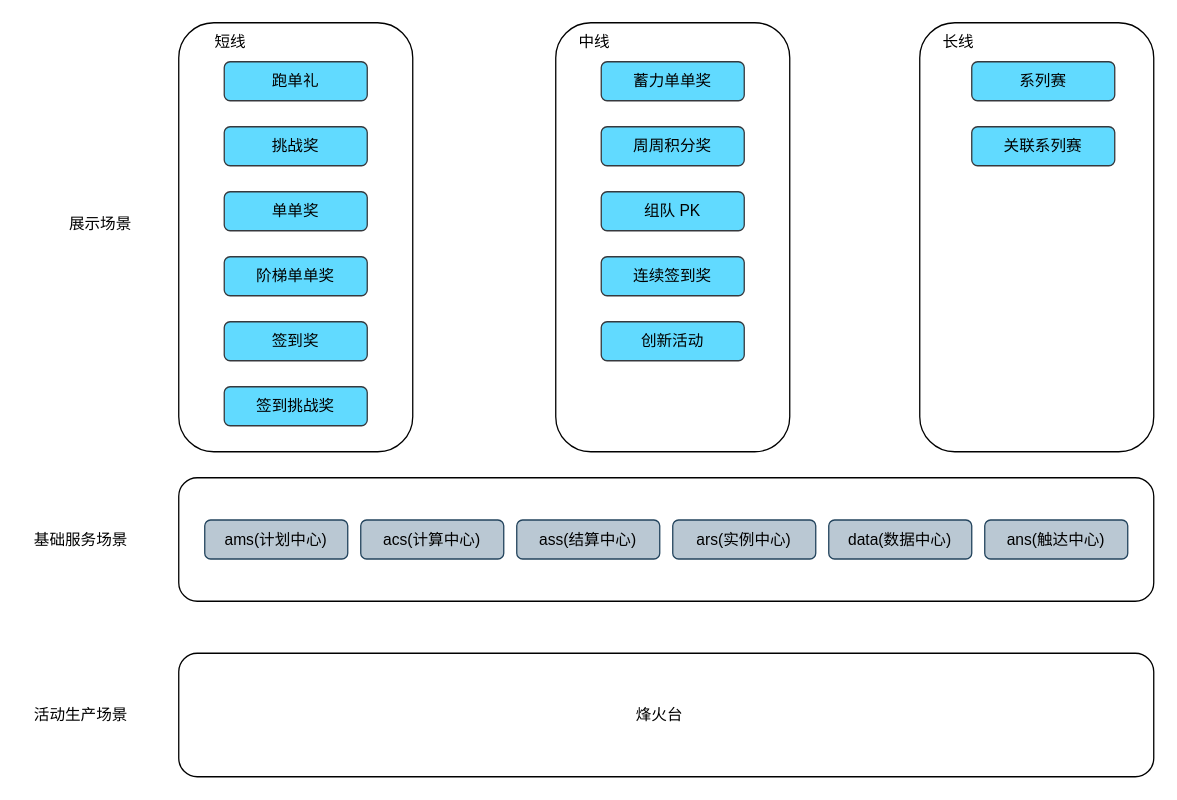
Before: 未命名绘图.drawio in 1587319019/1587319019.github.io, a draw.io diagram. Source tidied: cells renumbered, new cells numbered last; positions are measured from the earlier drawing's top-left corner, leaving out a move shared by most shapes. Both pictures are drawn from the tidied source at 130%, with x=0, y=0 at pixel (22, 22).
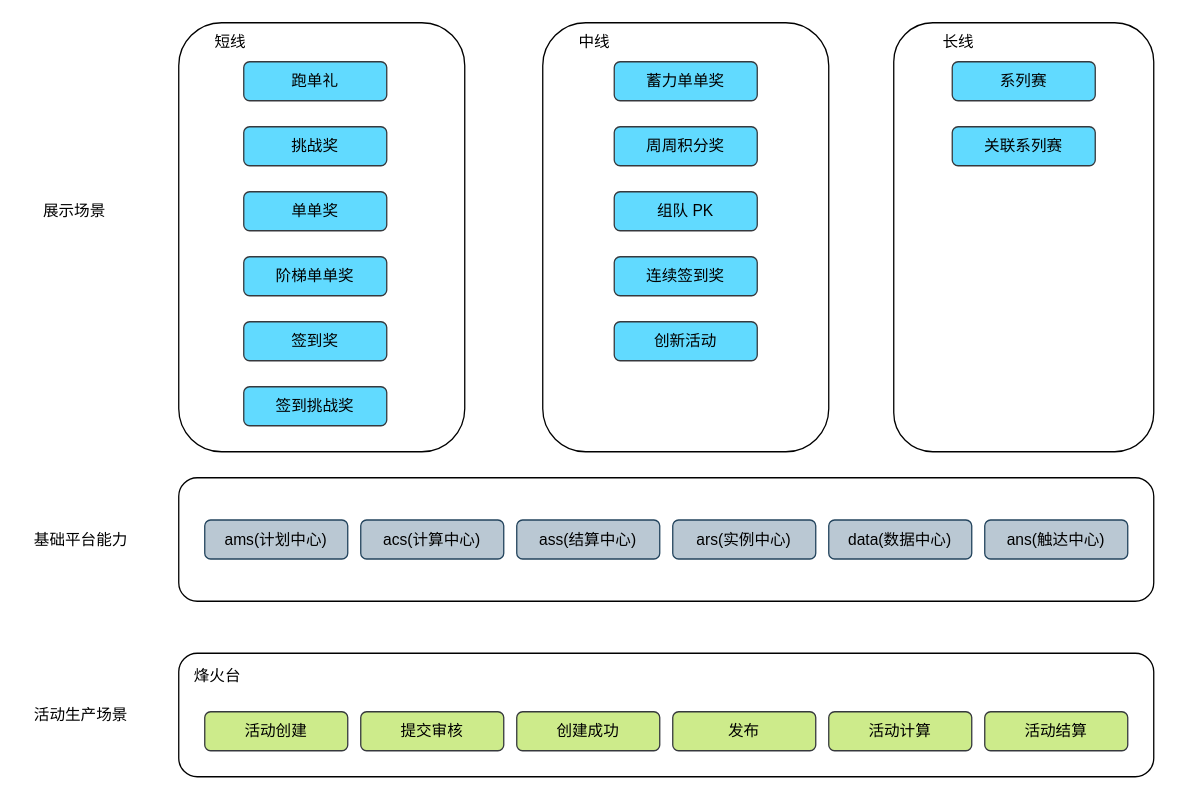
After the change.

Commit message:
更新未命名绘图.drawio

The edit, as a diff of the source:
```diff
@@
     <mxCell id="2" style="rounded=1;whiteSpace=wrap;html=1;" parent="1" vertex="1">
-      <mxGeometry x="120" width="180" height="330" as="geometry" />
+      <mxGeometry x="120" width="220" height="330" as="geometry" />
     </mxCell>
     <mxCell id="3" style="rounded=1;whiteSpace=wrap;html=1;" parent="1" vertex="1">
-      <mxGeometry x="410" width="180" height="330" as="geometry" />
+      <mxGeometry x="400" width="220" height="330" as="geometry" />
     </mxCell>
     <mxCell id="4" style="rounded=1;whiteSpace=wrap;html=1;" parent="1" vertex="1">
-      <mxGeometry x="690" width="180" height="330" as="geometry" />
+      <mxGeometry x="670" width="200" height="330" as="geometry" />
     </mxCell>
@@
     <mxCell id="8" value="展示场景" style="text;html=1;strokeColor=none;fillColor=none;align=center;verticalAlign=middle;whiteSpace=wrap;rounded=0;" parent="1" vertex="1">
-      <mxGeometry x="30" y="140" width="60" height="30" as="geometry" />
+      <mxGeometry x="10" y="130" width="60" height="30" as="geometry" />
     </mxCell>
-    <mxCell id="9" value="基础服务场景" style="text;html=1;strokeColor=none;fillColor=none;align=center;verticalAlign=middle;whiteSpace=wrap;rounded=0;" parent="1" vertex="1">
+    <mxCell id="9" value="基础平台能力" style="text;html=1;strokeColor=none;fillColor=none;align=center;verticalAlign=middle;whiteSpace=wrap;rounded=0;" parent="1" vertex="1">
       <mxGeometry y="382.5" width="90" height="30" as="geometry" />
     </mxCell>
@@
     <mxCell id="11" value="跑单礼" style="rounded=1;whiteSpace=wrap;html=1;fillColor=#61DAFF;strokeColor=#36393d;" parent="1" vertex="1">
-      <mxGeometry x="155" y="30" width="110" height="30" as="geometry" />
+      <mxGeometry x="170" y="30" width="110" height="30" as="geometry" />
     </mxCell>
     <mxCell id="12" value="挑战奖" style="rounded=1;whiteSpace=wrap;html=1;fillColor=#61DAFF;strokeColor=#36393d;" parent="1" vertex="1">
-      <mxGeometry x="155" y="80" width="110" height="30" as="geometry" />
+      <mxGeometry x="170" y="80" width="110" height="30" as="geometry" />
     </mxCell>
     <mxCell id="13" value="单单奖" style="rounded=1;whiteSpace=wrap;html=1;fillColor=#61DAFF;strokeColor=#36393d;" parent="1" vertex="1">
-      <mxGeometry x="155" y="130" width="110" height="30" as="geometry" />
+      <mxGeometry x="170" y="130" width="110" height="30" as="geometry" />
     </mxCell>
     <mxCell id="14" value="阶梯单单奖" style="rounded=1;whiteSpace=wrap;html=1;fillColor=#61DAFF;strokeColor=#36393d;" parent="1" vertex="1">
-      <mxGeometry x="155" y="180" width="110" height="30" as="geometry" />
+      <mxGeometry x="170" y="180" width="110" height="30" as="geometry" />
     </mxCell>
     <mxCell id="15" value="签到奖" style="rounded=1;whiteSpace=wrap;html=1;fillColor=#61DAFF;strokeColor=#36393d;" parent="1" vertex="1">
-      <mxGeometry x="155" y="230" width="110" height="30" as="geometry" />
+      <mxGeometry x="170" y="230" width="110" height="30" as="geometry" />
     </mxCell>
     <mxCell id="16" value="签到挑战奖" style="rounded=1;whiteSpace=wrap;html=1;fillColor=#61DAFF;strokeColor=#36393d;" parent="1" vertex="1">
-      <mxGeometry x="155" y="280" width="110" height="30" as="geometry" />
+      <mxGeometry x="170" y="280" width="110" height="30" as="geometry" />
     </mxCell>
     <mxCell id="17" value="蓄力单单奖" style="rounded=1;whiteSpace=wrap;html=1;fillColor=#61DAFF;strokeColor=#36393d;" parent="1" vertex="1">
-      <mxGeometry x="445" y="30" width="110" height="30" as="geometry" />
+      <mxGeometry x="455" y="30" width="110" height="30" as="geometry" />
     </mxCell>
     <mxCell id="18" value="周周积分奖" style="rounded=1;whiteSpace=wrap;html=1;fillColor=#61DAFF;strokeColor=#36393d;" parent="1" vertex="1">
-      <mxGeometry x="445" y="80" width="110" height="30" as="geometry" />
+      <mxGeometry x="455" y="80" width="110" height="30" as="geometry" />
     </mxCell>
     <mxCell id="19" value="组队 PK" style="rounded=1;whiteSpace=wrap;html=1;fillColor=#61DAFF;strokeColor=#36393d;" parent="1" vertex="1">
-      <mxGeometry x="445" y="130" width="110" height="30" as="geometry" />
+      <mxGeometry x="455" y="130" width="110" height="30" as="geometry" />
     </mxCell>
     <mxCell id="20" value="连续签到奖" style="rounded=1;whiteSpace=wrap;html=1;fillColor=#61DAFF;strokeColor=#36393d;" parent="1" vertex="1">
-      <mxGeometry x="445" y="180" width="110" height="30" as="geometry" />
+      <mxGeometry x="455" y="180" width="110" height="30" as="geometry" />
     </mxCell>
     <mxCell id="21" value="创新活动" style="rounded=1;whiteSpace=wrap;html=1;fillColor=#61DAFF;strokeColor=#36393d;" parent="1" vertex="1">
-      <mxGeometry x="445" y="230" width="110" height="30" as="geometry" />
+      <mxGeometry x="455" y="230" width="110" height="30" as="geometry" />
     </mxCell>
     <mxCell id="22" value="系列赛" style="rounded=1;whiteSpace=wrap;html=1;fillColor=#61DAFF;strokeColor=#36393d;" parent="1" vertex="1">
-      <mxGeometry x="730" y="30" width="110" height="30" as="geometry" />
+      <mxGeometry x="715" y="30" width="110" height="30" as="geometry" />
     </mxCell>
     <mxCell id="23" value="关联系列赛" style="rounded=1;whiteSpace=wrap;html=1;fillColor=#61DAFF;strokeColor=#36393d;" parent="1" vertex="1">
-      <mxGeometry x="730" y="80" width="110" height="30" as="geometry" />
+      <mxGeometry x="715" y="80" width="110" height="30" as="geometry" />
     </mxCell>
@@
     <mxCell id="26" value="烽火台" style="text;html=1;strokeColor=none;fillColor=none;align=center;verticalAlign=middle;whiteSpace=wrap;rounded=0;" parent="1" vertex="1">
-      <mxGeometry x="460" y="517.5" width="60" height="30" as="geometry" />
+      <mxGeometry x="120" y="487.5" width="60" height="30" as="geometry" />
     </mxCell>
@@
+    <mxCell id="33" value="活动创建" style="rounded=1;whiteSpace=wrap;html=1;fillColor=#cdeb8b;strokeColor=#36393d;" parent="1" vertex="1">
+      <mxGeometry x="140" y="530" width="110" height="30" as="geometry" />
+    </mxCell>
+    <mxCell id="34" value="提交审核" style="rounded=1;whiteSpace=wrap;html=1;fillColor=#cdeb8b;strokeColor=#36393d;" parent="1" vertex="1">
+      <mxGeometry x="260" y="530" width="110" height="30" as="geometry" />
+    </mxCell>
+    <mxCell id="35" value="创建成功" style="rounded=1;whiteSpace=wrap;html=1;fillColor=#cdeb8b;strokeColor=#36393d;" parent="1" vertex="1">
+      <mxGeometry x="380" y="530" width="110" height="30" as="geometry" />
+    </mxCell>
+    <mxCell id="36" value="发布" style="rounded=1;whiteSpace=wrap;html=1;fillColor=#cdeb8b;strokeColor=#36393d;" parent="1" vertex="1">
+      <mxGeometry x="500" y="530" width="110" height="30" as="geometry" />
+    </mxCell>
+    <mxCell id="37" value="活动计算" style="rounded=1;whiteSpace=wrap;html=1;fillColor=#cdeb8b;strokeColor=#36393d;" parent="1" vertex="1">
+      <mxGeometry x="620" y="530" width="110" height="30" as="geometry" />
+    </mxCell>
+    <mxCell id="38" value="活动结算" style="rounded=1;whiteSpace=wrap;html=1;fillColor=#cdeb8b;strokeColor=#36393d;" parent="1" vertex="1">
+      <mxGeometry x="740" y="530" width="110" height="30" as="geometry" />
+    </mxCell>
```
